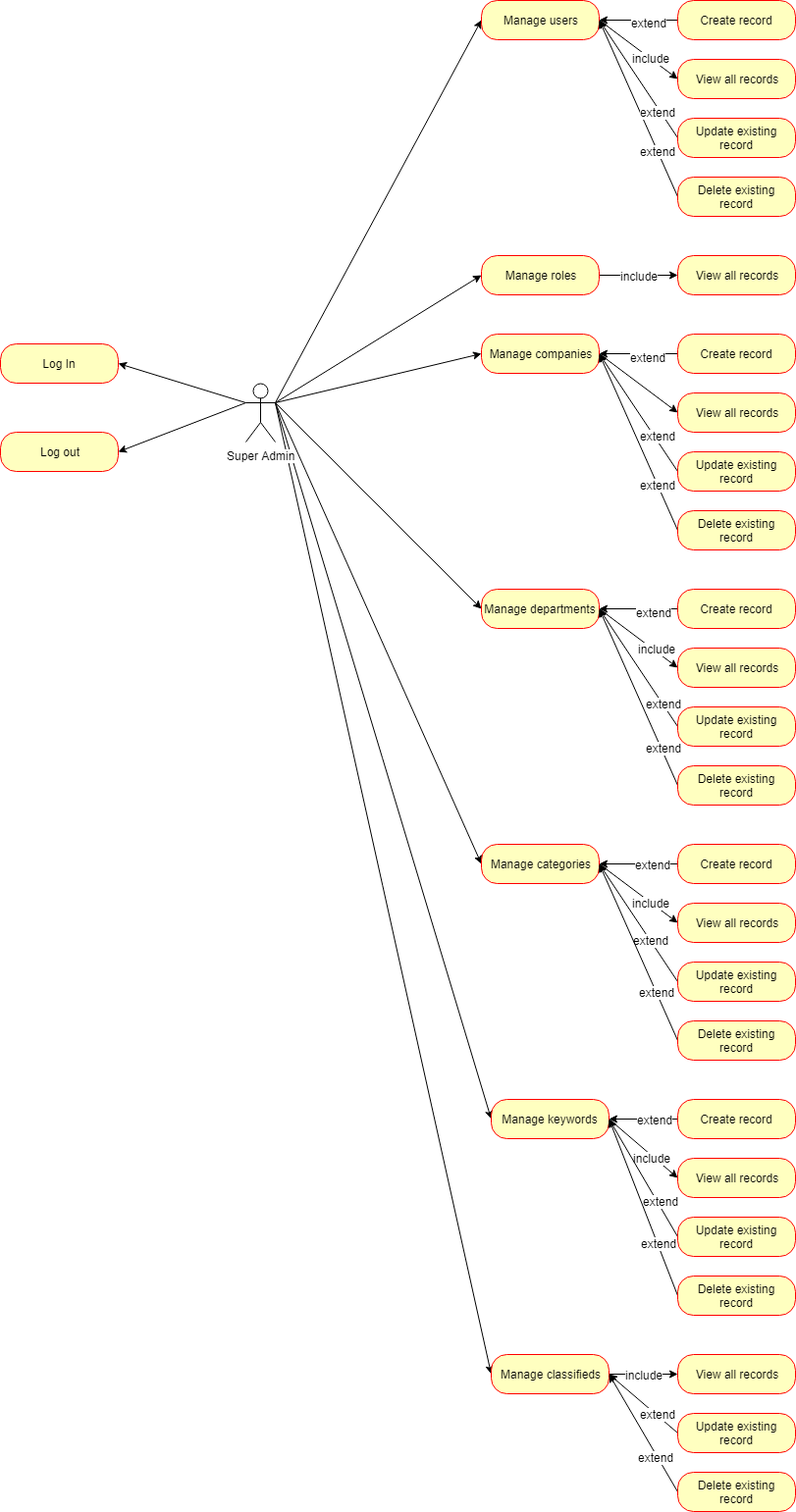
Before: diagrams/superadmin/use_case_phase_3.png, a diagram exported from draw.io (ioannidis/e-career-office-web-app). Source tidied: cells renumbered, new cells last; positions are measured from the earlier drawing's top-left corner, leaving out a move shared by most shapes.
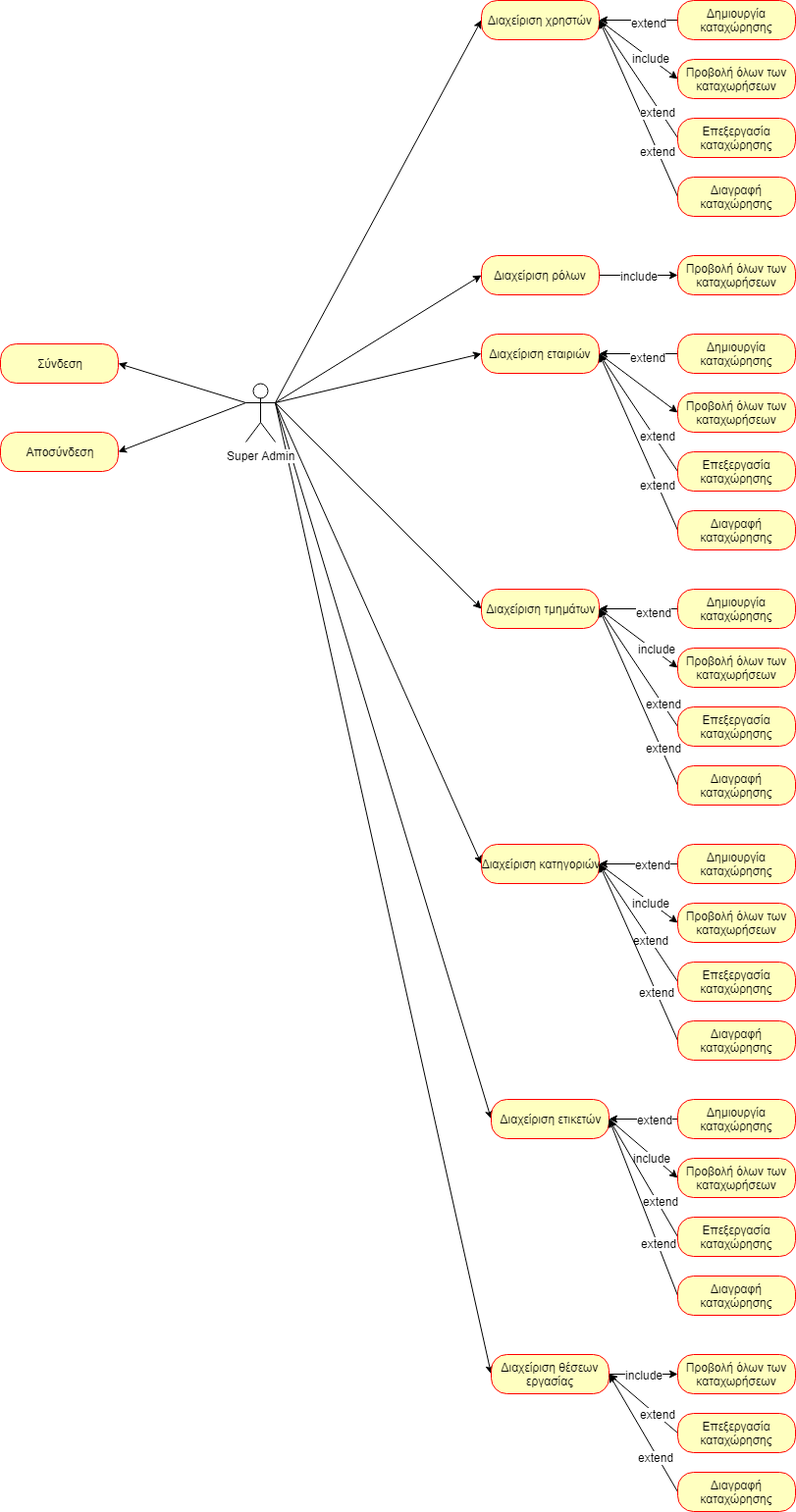
Later version of the same file.

Change to the diagram source:
```diff
@@ -40,3 +40,3 @@
     </mxCell>
-    <mxCell id="14" value="Manage users" style="rounded=1;whiteSpace=wrap;html=1;arcSize=40;fontColor=#000000;fillColor=#ffffc0;strokeColor=#ff0000;" parent="1" vertex="1">
+    <mxCell id="14" value="Διαχείριση χρηστών" style="rounded=1;whiteSpace=wrap;html=1;arcSize=40;fontColor=#000000;fillColor=#ffffc0;strokeColor=#ff0000;" parent="1" vertex="1">
       <mxGeometry x="490" width="120" height="40" as="geometry" />
@@ -51,9 +51,9 @@
     </mxCell>
-    <mxCell id="17" value="Manage classifieds" style="rounded=1;whiteSpace=wrap;html=1;arcSize=40;fontColor=#000000;fillColor=#ffffc0;strokeColor=#ff0000;" parent="1" vertex="1">
+    <mxCell id="17" value="Διαχείριση&amp;nbsp;θέσεων εργασίας" style="rounded=1;whiteSpace=wrap;html=1;arcSize=40;fontColor=#000000;fillColor=#ffffc0;strokeColor=#ff0000;" parent="1" vertex="1">
       <mxGeometry x="500" y="1380" width="120" height="40" as="geometry" />
     </mxCell>
-    <mxCell id="18" value="Log In" style="rounded=1;whiteSpace=wrap;html=1;arcSize=40;fontColor=#000000;fillColor=#ffffc0;strokeColor=#ff0000;" parent="1" vertex="1">
+    <mxCell id="18" value="Σύνδεση" style="rounded=1;whiteSpace=wrap;html=1;arcSize=40;fontColor=#000000;fillColor=#ffffc0;strokeColor=#ff0000;" parent="1" vertex="1">
       <mxGeometry y="350" width="120" height="40" as="geometry" />
     </mxCell>
-    <mxCell id="19" value="Log out" style="rounded=1;whiteSpace=wrap;html=1;arcSize=40;fontColor=#000000;fillColor=#ffffc0;strokeColor=#ff0000;" parent="1" vertex="1">
+    <mxCell id="19" value="Αποσύνδεση" style="rounded=1;whiteSpace=wrap;html=1;arcSize=40;fontColor=#000000;fillColor=#ffffc0;strokeColor=#ff0000;" parent="1" vertex="1">
       <mxGeometry y="440" width="120" height="40" as="geometry" />
@@ -63,3 +63,3 @@
     </mxCell>
-    <mxCell id="21" value="Manage companies" style="rounded=1;whiteSpace=wrap;html=1;arcSize=40;fontColor=#000000;fillColor=#ffffc0;strokeColor=#ff0000;" parent="1" vertex="1">
+    <mxCell id="21" value="Διαχείριση&amp;nbsp;εταιριών" style="rounded=1;whiteSpace=wrap;html=1;arcSize=40;fontColor=#000000;fillColor=#ffffc0;strokeColor=#ff0000;" parent="1" vertex="1">
       <mxGeometry x="490" y="340" width="120" height="40" as="geometry" />
@@ -72,3 +72,3 @@
     </mxCell>
-    <mxCell id="24" value="Manage departments" style="rounded=1;whiteSpace=wrap;html=1;arcSize=40;fontColor=#000000;fillColor=#ffffc0;strokeColor=#ff0000;" parent="1" vertex="1">
+    <mxCell id="24" value="Διαχείριση&amp;nbsp;τμημάτων" style="rounded=1;whiteSpace=wrap;html=1;arcSize=40;fontColor=#000000;fillColor=#ffffc0;strokeColor=#ff0000;" parent="1" vertex="1">
       <mxGeometry x="490" y="600" width="120" height="40" as="geometry" />
@@ -81,3 +81,3 @@
     </mxCell>
-    <mxCell id="27" value="Manage keywords" style="rounded=1;whiteSpace=wrap;html=1;arcSize=40;fontColor=#000000;fillColor=#ffffc0;strokeColor=#ff0000;" parent="1" vertex="1">
+    <mxCell id="27" value="Διαχείριση&amp;nbsp;ετικετών" style="rounded=1;whiteSpace=wrap;html=1;arcSize=40;fontColor=#000000;fillColor=#ffffc0;strokeColor=#ff0000;" parent="1" vertex="1">
       <mxGeometry x="500" y="1120" width="120" height="40" as="geometry" />
@@ -90,6 +90,6 @@
     </mxCell>
-    <mxCell id="30" value="Manage categories" style="rounded=1;whiteSpace=wrap;html=1;arcSize=40;fontColor=#000000;fillColor=#ffffc0;strokeColor=#ff0000;" parent="1" vertex="1">
+    <mxCell id="30" value="Διαχείριση&amp;nbsp;κατηγοριών" style="rounded=1;whiteSpace=wrap;html=1;arcSize=40;fontColor=#000000;fillColor=#ffffc0;strokeColor=#ff0000;" parent="1" vertex="1">
       <mxGeometry x="490" y="860" width="120" height="40" as="geometry" />
     </mxCell>
-    <mxCell id="31" value="View all records" style="rounded=1;whiteSpace=wrap;html=1;arcSize=40;fontColor=#000000;fillColor=#ffffc0;strokeColor=#ff0000;" parent="1" vertex="1">
+    <mxCell id="31" value="Προβολή όλων των καταχωρήσεων" style="rounded=1;whiteSpace=wrap;html=1;arcSize=40;fontColor=#000000;fillColor=#ffffc0;strokeColor=#ff0000;" parent="1" vertex="1">
       <mxGeometry x="690" y="60" width="120" height="40" as="geometry" />
@@ -102,3 +102,3 @@
     </mxCell>
-    <mxCell id="34" value="Create record" style="rounded=1;whiteSpace=wrap;html=1;arcSize=40;fontColor=#000000;fillColor=#ffffc0;strokeColor=#ff0000;" parent="1" vertex="1">
+    <mxCell id="34" value="Δημιουργία καταχώρησης" style="rounded=1;whiteSpace=wrap;html=1;arcSize=40;fontColor=#000000;fillColor=#ffffc0;strokeColor=#ff0000;" parent="1" vertex="1">
       <mxGeometry x="690" width="120" height="40" as="geometry" />
@@ -108,3 +108,3 @@
     </mxCell>
-    <mxCell id="36" value="Update existing record" style="rounded=1;whiteSpace=wrap;html=1;arcSize=40;fontColor=#000000;fillColor=#ffffc0;strokeColor=#ff0000;" parent="1" vertex="1">
+    <mxCell id="36" value="Επεξεργασία καταχώρησης" style="rounded=1;whiteSpace=wrap;html=1;arcSize=40;fontColor=#000000;fillColor=#ffffc0;strokeColor=#ff0000;" parent="1" vertex="1">
       <mxGeometry x="690" y="120" width="120" height="40" as="geometry" />
@@ -116,3 +116,3 @@
     </mxCell>
-    <mxCell id="38" value="Delete existing record" style="rounded=1;whiteSpace=wrap;html=1;arcSize=40;fontColor=#000000;fillColor=#ffffc0;strokeColor=#ff0000;" parent="1" vertex="1">
+    <mxCell id="38" value="Διαγραφή καταχώρησης" style="rounded=1;whiteSpace=wrap;html=1;arcSize=40;fontColor=#000000;fillColor=#ffffc0;strokeColor=#ff0000;" parent="1" vertex="1">
       <mxGeometry x="690" y="180" width="120" height="40" as="geometry" />
@@ -127,9 +127,9 @@
     </mxCell>
-    <mxCell id="41" value="Manage roles" style="rounded=1;whiteSpace=wrap;html=1;arcSize=40;fontColor=#000000;fillColor=#ffffc0;strokeColor=#ff0000;" parent="1" vertex="1">
+    <mxCell id="41" value="Διαχείριση ρόλων" style="rounded=1;whiteSpace=wrap;html=1;arcSize=40;fontColor=#000000;fillColor=#ffffc0;strokeColor=#ff0000;" parent="1" vertex="1">
       <mxGeometry x="490" y="260" width="120" height="40" as="geometry" />
     </mxCell>
-    <mxCell id="42" value="View all records" style="rounded=1;whiteSpace=wrap;html=1;arcSize=40;fontColor=#000000;fillColor=#ffffc0;strokeColor=#ff0000;" parent="1" vertex="1">
+    <mxCell id="42" value="Προβολή όλων των καταχωρήσεων" style="rounded=1;whiteSpace=wrap;html=1;arcSize=40;fontColor=#000000;fillColor=#ffffc0;strokeColor=#ff0000;" parent="1" vertex="1">
       <mxGeometry x="690" y="260" width="120" height="40" as="geometry" />
     </mxCell>
-    <mxCell id="43" value="View all records" style="rounded=1;whiteSpace=wrap;html=1;arcSize=40;fontColor=#000000;fillColor=#ffffc0;strokeColor=#ff0000;" parent="1" vertex="1">
+    <mxCell id="43" value="Προβολή όλων των καταχωρήσεων" style="rounded=1;whiteSpace=wrap;html=1;arcSize=40;fontColor=#000000;fillColor=#ffffc0;strokeColor=#ff0000;" parent="1" vertex="1">
       <mxGeometry x="690" y="400" width="120" height="40" as="geometry" />
@@ -139,3 +139,3 @@
     </mxCell>
-    <mxCell id="45" value="Create record" style="rounded=1;whiteSpace=wrap;html=1;arcSize=40;fontColor=#000000;fillColor=#ffffc0;strokeColor=#ff0000;" parent="1" vertex="1">
+    <mxCell id="45" value="Δημιουργία καταχώρησης" style="rounded=1;whiteSpace=wrap;html=1;arcSize=40;fontColor=#000000;fillColor=#ffffc0;strokeColor=#ff0000;" parent="1" vertex="1">
       <mxGeometry x="690" y="340" width="120" height="40" as="geometry" />
@@ -147,3 +147,3 @@
     </mxCell>
-    <mxCell id="47" value="Update existing record" style="rounded=1;whiteSpace=wrap;html=1;arcSize=40;fontColor=#000000;fillColor=#ffffc0;strokeColor=#ff0000;" parent="1" vertex="1">
+    <mxCell id="47" value="Επεξεργασία καταχώρησης" style="rounded=1;whiteSpace=wrap;html=1;arcSize=40;fontColor=#000000;fillColor=#ffffc0;strokeColor=#ff0000;" parent="1" vertex="1">
       <mxGeometry x="690" y="460" width="120" height="40" as="geometry" />
@@ -155,6 +155,6 @@
     </mxCell>
-    <mxCell id="49" value="Delete existing record" style="rounded=1;whiteSpace=wrap;html=1;arcSize=40;fontColor=#000000;fillColor=#ffffc0;strokeColor=#ff0000;" parent="1" vertex="1">
+    <mxCell id="49" value="Διαγραφή καταχώρησης" style="rounded=1;whiteSpace=wrap;html=1;arcSize=40;fontColor=#000000;fillColor=#ffffc0;strokeColor=#ff0000;" parent="1" vertex="1">
       <mxGeometry x="690" y="520" width="120" height="40" as="geometry" />
     </mxCell>
-    <mxCell id="50" value="View all records" style="rounded=1;whiteSpace=wrap;html=1;arcSize=40;fontColor=#000000;fillColor=#ffffc0;strokeColor=#ff0000;" parent="1" vertex="1">
+    <mxCell id="50" value="Προβολή όλων των καταχωρήσεων" style="rounded=1;whiteSpace=wrap;html=1;arcSize=40;fontColor=#000000;fillColor=#ffffc0;strokeColor=#ff0000;" parent="1" vertex="1">
       <mxGeometry x="690" y="660" width="120" height="40" as="geometry" />
@@ -167,3 +167,3 @@
     </mxCell>
-    <mxCell id="53" value="Create record" style="rounded=1;whiteSpace=wrap;html=1;arcSize=40;fontColor=#000000;fillColor=#ffffc0;strokeColor=#ff0000;" parent="1" vertex="1">
+    <mxCell id="53" value="Δημιουργία καταχώρησης" style="rounded=1;whiteSpace=wrap;html=1;arcSize=40;fontColor=#000000;fillColor=#ffffc0;strokeColor=#ff0000;" parent="1" vertex="1">
       <mxGeometry x="690" y="600" width="120" height="40" as="geometry" />
@@ -178,3 +178,3 @@
     </mxCell>
-    <mxCell id="56" value="Update existing record" style="rounded=1;whiteSpace=wrap;html=1;arcSize=40;fontColor=#000000;fillColor=#ffffc0;strokeColor=#ff0000;" parent="1" vertex="1">
+    <mxCell id="56" value="Επεξεργασία καταχώρησης" style="rounded=1;whiteSpace=wrap;html=1;arcSize=40;fontColor=#000000;fillColor=#ffffc0;strokeColor=#ff0000;" parent="1" vertex="1">
       <mxGeometry x="690" y="720" width="120" height="40" as="geometry" />
@@ -189,6 +189,6 @@
     </mxCell>
-    <mxCell id="59" value="Delete existing record" style="rounded=1;whiteSpace=wrap;html=1;arcSize=40;fontColor=#000000;fillColor=#ffffc0;strokeColor=#ff0000;" parent="1" vertex="1">
+    <mxCell id="59" value="Διαγραφή καταχώρησης" style="rounded=1;whiteSpace=wrap;html=1;arcSize=40;fontColor=#000000;fillColor=#ffffc0;strokeColor=#ff0000;" parent="1" vertex="1">
       <mxGeometry x="690" y="780" width="120" height="40" as="geometry" />
     </mxCell>
-    <mxCell id="60" value="View all records" style="rounded=1;whiteSpace=wrap;html=1;arcSize=40;fontColor=#000000;fillColor=#ffffc0;strokeColor=#ff0000;" parent="1" vertex="1">
+    <mxCell id="60" value="Προβολή όλων των καταχωρήσεων" style="rounded=1;whiteSpace=wrap;html=1;arcSize=40;fontColor=#000000;fillColor=#ffffc0;strokeColor=#ff0000;" parent="1" vertex="1">
       <mxGeometry x="690" y="920" width="120" height="40" as="geometry" />
@@ -201,3 +201,3 @@
     </mxCell>
-    <mxCell id="63" value="Create record" style="rounded=1;whiteSpace=wrap;html=1;arcSize=40;fontColor=#000000;fillColor=#ffffc0;strokeColor=#ff0000;" parent="1" vertex="1">
+    <mxCell id="63" value="Δημιουργία καταχώρησης" style="rounded=1;whiteSpace=wrap;html=1;arcSize=40;fontColor=#000000;fillColor=#ffffc0;strokeColor=#ff0000;" parent="1" vertex="1">
       <mxGeometry x="690" y="860" width="120" height="40" as="geometry" />
@@ -212,3 +212,3 @@
     </mxCell>
-    <mxCell id="66" value="Update existing record" style="rounded=1;whiteSpace=wrap;html=1;arcSize=40;fontColor=#000000;fillColor=#ffffc0;strokeColor=#ff0000;" parent="1" vertex="1">
+    <mxCell id="66" value="Επεξεργασία καταχώρησης" style="rounded=1;whiteSpace=wrap;html=1;arcSize=40;fontColor=#000000;fillColor=#ffffc0;strokeColor=#ff0000;" parent="1" vertex="1">
       <mxGeometry x="690" y="980" width="120" height="40" as="geometry" />
@@ -223,6 +223,6 @@
     </mxCell>
-    <mxCell id="69" value="Delete existing record" style="rounded=1;whiteSpace=wrap;html=1;arcSize=40;fontColor=#000000;fillColor=#ffffc0;strokeColor=#ff0000;" parent="1" vertex="1">
+    <mxCell id="69" value="Διαγραφή καταχώρησης" style="rounded=1;whiteSpace=wrap;html=1;arcSize=40;fontColor=#000000;fillColor=#ffffc0;strokeColor=#ff0000;" parent="1" vertex="1">
       <mxGeometry x="690" y="1040" width="120" height="40" as="geometry" />
     </mxCell>
-    <mxCell id="70" value="View all records" style="rounded=1;whiteSpace=wrap;html=1;arcSize=40;fontColor=#000000;fillColor=#ffffc0;strokeColor=#ff0000;" parent="1" vertex="1">
+    <mxCell id="70" value="Προβολή όλων των καταχωρήσεων" style="rounded=1;whiteSpace=wrap;html=1;arcSize=40;fontColor=#000000;fillColor=#ffffc0;strokeColor=#ff0000;" parent="1" vertex="1">
       <mxGeometry x="690" y="1180" width="120" height="40" as="geometry" />
@@ -235,3 +235,3 @@
     </mxCell>
-    <mxCell id="73" value="Create record" style="rounded=1;whiteSpace=wrap;html=1;arcSize=40;fontColor=#000000;fillColor=#ffffc0;strokeColor=#ff0000;" parent="1" vertex="1">
+    <mxCell id="73" value="Δημιουργία καταχώρησης" style="rounded=1;whiteSpace=wrap;html=1;arcSize=40;fontColor=#000000;fillColor=#ffffc0;strokeColor=#ff0000;" parent="1" vertex="1">
       <mxGeometry x="690" y="1120" width="120" height="40" as="geometry" />
@@ -246,3 +246,3 @@
     </mxCell>
-    <mxCell id="76" value="Update existing record" style="rounded=1;whiteSpace=wrap;html=1;arcSize=40;fontColor=#000000;fillColor=#ffffc0;strokeColor=#ff0000;" parent="1" vertex="1">
+    <mxCell id="76" value="Επεξεργασία καταχώρησης" style="rounded=1;whiteSpace=wrap;html=1;arcSize=40;fontColor=#000000;fillColor=#ffffc0;strokeColor=#ff0000;" parent="1" vertex="1">
       <mxGeometry x="690" y="1240" width="120" height="40" as="geometry" />
@@ -257,6 +257,6 @@
     </mxCell>
-    <mxCell id="79" value="Delete existing record" style="rounded=1;whiteSpace=wrap;html=1;arcSize=40;fontColor=#000000;fillColor=#ffffc0;strokeColor=#ff0000;" parent="1" vertex="1">
+    <mxCell id="79" value="Διαγραφή καταχώρησης" style="rounded=1;whiteSpace=wrap;html=1;arcSize=40;fontColor=#000000;fillColor=#ffffc0;strokeColor=#ff0000;" parent="1" vertex="1">
       <mxGeometry x="690" y="1300" width="120" height="40" as="geometry" />
     </mxCell>
-    <mxCell id="80" value="View all records" style="rounded=1;whiteSpace=wrap;html=1;arcSize=40;fontColor=#000000;fillColor=#ffffc0;strokeColor=#ff0000;" parent="1" vertex="1">
+    <mxCell id="80" value="Προβολή όλων των καταχωρήσεων" style="rounded=1;whiteSpace=wrap;html=1;arcSize=40;fontColor=#000000;fillColor=#ffffc0;strokeColor=#ff0000;" parent="1" vertex="1">
       <mxGeometry x="690" y="1380" width="120" height="40" as="geometry" />
@@ -273,3 +273,3 @@
     </mxCell>
-    <mxCell id="83" value="Update existing record" style="rounded=1;whiteSpace=wrap;html=1;arcSize=40;fontColor=#000000;fillColor=#ffffc0;strokeColor=#ff0000;" parent="1" vertex="1">
+    <mxCell id="83" value="Επεξεργασία καταχώρησης" style="rounded=1;whiteSpace=wrap;html=1;arcSize=40;fontColor=#000000;fillColor=#ffffc0;strokeColor=#ff0000;" parent="1" vertex="1">
       <mxGeometry x="690" y="1440" width="120" height="40" as="geometry" />
@@ -284,3 +284,3 @@
     </mxCell>
-    <mxCell id="86" value="Delete existing record" style="rounded=1;whiteSpace=wrap;html=1;arcSize=40;fontColor=#000000;fillColor=#ffffc0;strokeColor=#ff0000;" parent="1" vertex="1">
+    <mxCell id="86" value="Διαγραφή καταχώρησης" style="rounded=1;whiteSpace=wrap;html=1;arcSize=40;fontColor=#000000;fillColor=#ffffc0;strokeColor=#ff0000;" parent="1" vertex="1">
       <mxGeometry x="690" y="1500" width="120" height="40" as="geometry" />
```
